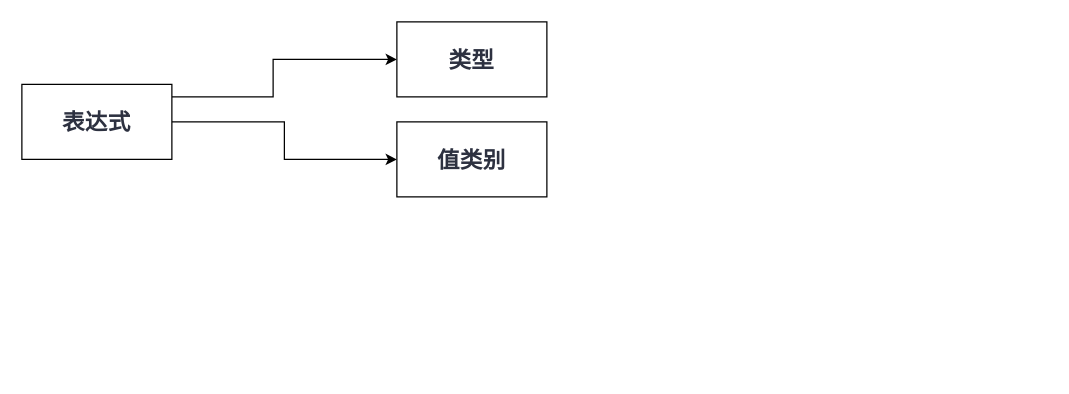
This is C++学习笔记.drawio from hoyeziyu/Hello_World, a draw.io file, before an edit. Source tidied: cells renumbered, new cells numbered last; positions are measured from the earlier drawing's top-left corner, leaving out a move shared by most shapes. Both pictures are drawn from the tidied source at 125%, with x=0, y=0 at pixel (21, 21).
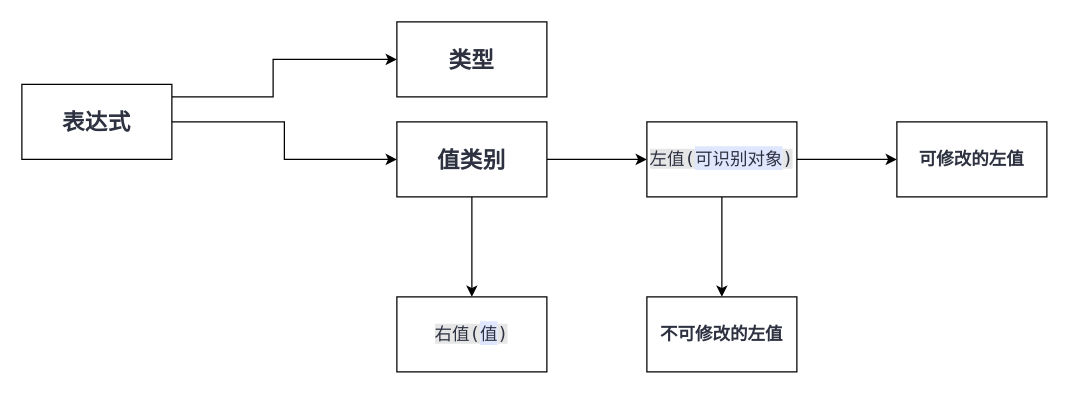
After the change.

Commit message (it also covers changes not shown here):
更新C++学习笔记.drawio

Change to the diagram source:
```diff
@@
 <mxGraphModel>
   <root>
     <mxCell id="0" />
     <mxCell id="1" parent="0" />
     <mxCell id="2" style="edgeStyle=orthogonalEdgeStyle;rounded=0;jettySize=auto;html=1;" parent="1" edge="1" source="4" target="5">
       <mxGeometry relative="1" as="geometry">
         <Array as="points">
           <mxPoint x="201" y="60" />
           <mxPoint x="201" y="30" />
         </Array>
       </mxGeometry>
     </mxCell>
     <mxCell id="3" style="edgeStyle=orthogonalEdgeStyle;rounded=0;jettySize=auto;html=1;" parent="1" edge="1" source="4" target="6">
       <mxGeometry relative="1" as="geometry" />
     </mxCell>
     <mxCell id="4" value="&lt;span style=&quot;color: rgb(45, 49, 64); font-family: &amp;quot;Open Sans&amp;quot;; font-size: 18px; font-weight: 700; letter-spacing: 0.25px; text-align: start; background-color: rgb(255, 255, 255);&quot;&gt;表达式&lt;/span&gt;" style="rounded=0;whiteSpace=wrap;html=1;" parent="1" vertex="1">
       <mxGeometry y="50" width="120" height="60" as="geometry" />
     </mxCell>
     <mxCell id="5" value="&lt;span style=&quot;color: rgb(45, 49, 64); font-family: &amp;quot;Open Sans&amp;quot;; font-size: 18px; font-weight: 700; letter-spacing: 0.25px; text-align: start; background-color: rgb(255, 255, 255);&quot;&gt;类型&lt;/span&gt;" style="rounded=0;whiteSpace=wrap;html=1;" parent="1" vertex="1">
       <mxGeometry x="300" width="120" height="60" as="geometry" />
     </mxCell>
+    <mxCell id="7" style="edgeStyle=orthogonalEdgeStyle;rounded=0;jettySize=auto;html=1;" parent="1" edge="1" source="6" target="11">
+      <mxGeometry relative="1" as="geometry" />
+    </mxCell>
+    <mxCell id="8" style="edgeStyle=orthogonalEdgeStyle;rounded=0;jettySize=auto;html=1;" parent="1" edge="1" source="6" target="12">
+      <mxGeometry relative="1" as="geometry" />
+    </mxCell>
     <mxCell id="6" value="&lt;span style=&quot;color: rgb(45, 49, 64); font-family: &amp;quot;Open Sans&amp;quot;; font-size: 18px; font-weight: 700; letter-spacing: 0.25px; text-align: start; background-color: rgb(255, 255, 255);&quot;&gt;值类别&lt;/span&gt;" style="rounded=0;whiteSpace=wrap;html=1;" parent="1" vertex="1">
       <mxGeometry x="300" y="80" width="120" height="60" as="geometry" />
     </mxCell>
+    <mxCell id="9" style="edgeStyle=orthogonalEdgeStyle;rounded=0;jettySize=auto;html=1;" parent="1" edge="1" source="11" target="13">
+      <mxGeometry relative="1" as="geometry" />
+    </mxCell>
+    <mxCell id="10" style="edgeStyle=orthogonalEdgeStyle;rounded=0;jettySize=auto;html=1;" parent="1" edge="1" source="11" target="14">
+      <mxGeometry relative="1" as="geometry" />
+    </mxCell>
+    <mxCell id="11" value="&lt;span style=&quot;color: rgb(45, 49, 64); font-family: Monaco, Consolas, &amp;quot;Andale Mono&amp;quot;, &amp;quot;DejaVu Sans Mono&amp;quot;, monospace; font-size: 14px; text-align: start; background-color: rgb(230, 230, 230);&quot;&gt;左值(&lt;/span&gt;&lt;span style=&quot;color: rgb(45, 49, 64); font-family: &amp;quot;Open Sans&amp;quot;; font-size: 14px; text-align: start; background-color: rgb(223, 231, 255);&quot;&gt;可识别对象&lt;/span&gt;&lt;span style=&quot;color: rgb(45, 49, 64); font-family: Monaco, Consolas, &amp;quot;Andale Mono&amp;quot;, &amp;quot;DejaVu Sans Mono&amp;quot;, monospace; font-size: 14px; text-align: start; background-color: rgb(230, 230, 230);&quot;&gt;)&lt;/span&gt;" style="rounded=0;whiteSpace=wrap;html=1;" parent="1" vertex="1">
+      <mxGeometry x="500" y="80" width="120" height="60" as="geometry" />
+    </mxCell>
+    <mxCell id="12" value="&lt;span style=&quot;color: rgb(45, 49, 64); font-family: Monaco, Consolas, &amp;quot;Andale Mono&amp;quot;, &amp;quot;DejaVu Sans Mono&amp;quot;, monospace; font-size: 14px; text-align: start; background-color: rgb(230, 230, 230);&quot;&gt;右值(&lt;/span&gt;&lt;span style=&quot;color: rgb(45, 49, 64); font-family: &amp;quot;Open Sans&amp;quot;; font-size: 14px; text-align: start; background-color: rgb(223, 231, 255);&quot;&gt;值&lt;/span&gt;&lt;span style=&quot;color: rgb(45, 49, 64); font-family: Monaco, Consolas, &amp;quot;Andale Mono&amp;quot;, &amp;quot;DejaVu Sans Mono&amp;quot;, monospace; font-size: 14px; text-align: start; background-color: rgb(230, 230, 230);&quot;&gt;)&lt;/span&gt;" style="rounded=0;whiteSpace=wrap;html=1;" parent="1" vertex="1">
+      <mxGeometry x="300" y="220" width="120" height="60" as="geometry" />
+    </mxCell>
+    <mxCell id="13" value="&lt;strong style=&quot;box-sizing: inherit; margin: 0px; padding: 0px; border: 0px; font-variant-numeric: inherit; font-variant-east-asian: inherit; font-variant-alternates: inherit; font-variant-position: inherit; font-stretch: inherit; font-size: 14px; line-height: inherit; font-family: &amp;quot;Open Sans&amp;quot;; font-optical-sizing: inherit; font-size-adjust: inherit; font-kerning: inherit; font-feature-settings: inherit; font-variation-settings: inherit; color: rgb(45, 49, 64); text-align: start; background-color: rgb(255, 255, 255);&quot;&gt;可修改的左值&lt;/strong&gt;" style="rounded=0;whiteSpace=wrap;html=1;" parent="1" vertex="1">
+      <mxGeometry x="700" y="80" width="120" height="60" as="geometry" />
+    </mxCell>
+    <mxCell id="14" value="&lt;strong style=&quot;box-sizing: inherit; margin: 0px; padding: 0px; border: 0px; font-variant-numeric: inherit; font-variant-east-asian: inherit; font-variant-alternates: inherit; font-variant-position: inherit; font-stretch: inherit; font-size: 14px; line-height: inherit; font-family: &amp;quot;Open Sans&amp;quot;; font-optical-sizing: inherit; font-size-adjust: inherit; font-kerning: inherit; font-feature-settings: inherit; font-variation-settings: inherit; color: rgb(45, 49, 64); text-align: start; background-color: rgb(255, 255, 255);&quot;&gt;不可修改的左值&lt;/strong&gt;" style="rounded=0;whiteSpace=wrap;html=1;" parent="1" vertex="1">
+      <mxGeometry x="500" y="220" width="120" height="60" as="geometry" />
+    </mxCell>
   </root>
 </mxGraphModel>
```
